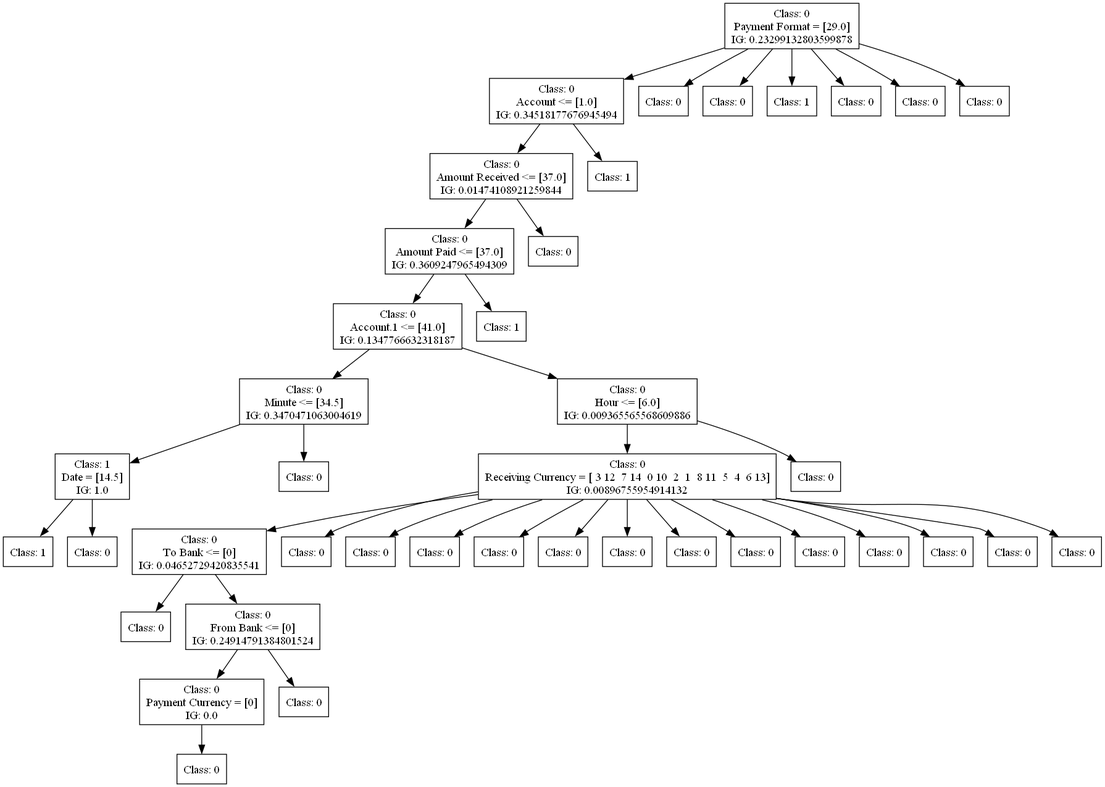
Before: dot_figs/tree-c45-undersampling.png, a diagram exported from Graphviz (FedericoBruzzone/anti-money-laundering). Its source is kept beside it as dot_figs/tree-c45-undersampling.dot.
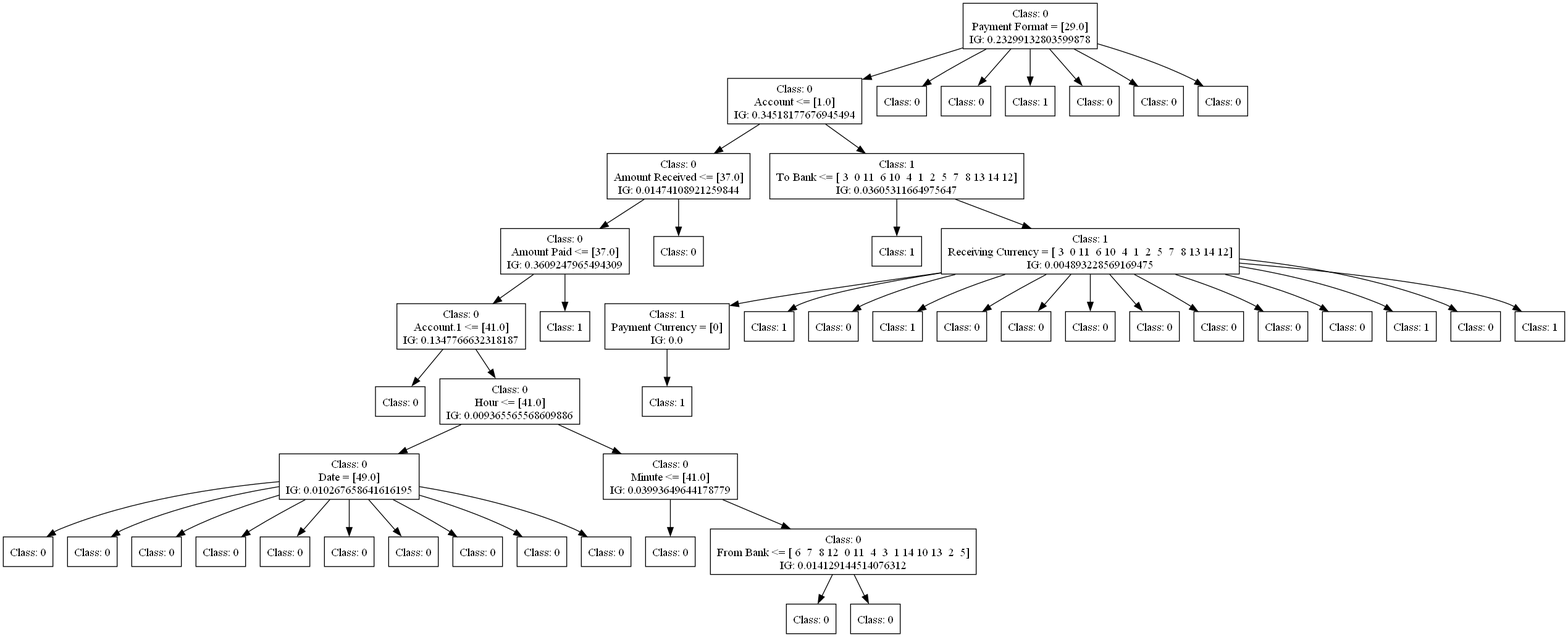
After the commit.

The edit, as a diff of the source:
```diff
@@ -1,138 +1,162 @@
 digraph DecisionTree {
 	rankdir=TD;
 	node [shape=box];
-	2604055688624 [label="Class: 0
+	2486631777232 [label="Class: 0
 Payment Format = [29.0]
 IG: 0.23299132803599878"];
-	2604055723552 [label="Class: 0
+	2486631790816 [label="Class: 0
 Account <= [1.0]
 IG: 0.34518177676945494"];
-	2604055688624 -> 2604055723552;
-	2604055723840 [label="Class: 0
+	2486631777232 -> 2486631790816;
+	2486631779632 [label="Class: 0
 Amount Received <= [37.0]
 IG: 0.01474108921259844"];
-	2604055723552 -> 2604055723840;
-	2604055719952 [label="Class: 0
+	2486631790816 -> 2486631779632;
+	2486631785872 [label="Class: 0
 Amount Paid <= [37.0]
 IG: 0.3609247965494309"];
-	2604055723840 -> 2604055719952;
-	2604055717072 [label="Class: 0
+	2486631779632 -> 2486631785872;
+	2486631785104 [label="Class: 0
 Account.1 <= [41.0]
 IG: 0.1347766632318187"];
-	2604055719952 -> 2604055717072;
-	2604055722400 [label="Class: 0
-Minute <= [34.5]
-IG: 0.3470471063004619"];
-	2604055717072 -> 2604055722400;
-	2604055719136 [label="Class: 1
-Date = [14.5]
-IG: 1.0"];
-	2604055722400 -> 2604055719136;
-	2604055721104 [label="Class: 1
+	2486631785872 -> 2486631785104;
+	2486631784528 [label="Class: 0
 "];
-	2604055719136 -> 2604055721104;
-	2604055723264 [label="Class: 0
+	2486631785104 -> 2486631784528;
+	2486631778240 [label="Class: 0
+Hour <= [41.0]
+IG: 0.009365565568609886"];
+	2486631785104 -> 2486631778240;
+	2486946218288 [label="Class: 0
+Date = [49.0]
+IG: 0.010267658641616195"];
+	2486631778240 -> 2486946218288;
+	2486631791248 [label="Class: 0
 "];
-	2604055719136 -> 2604055723264;
-	2604055718608 [label="Class: 0
+	2486946218288 -> 2486631791248;
+	2486631782464 [label="Class: 0
 "];
-	2604055722400 -> 2604055718608;
-	2604055722016 [label="Class: 0
-Hour <= [6.0]
-IG: 0.009365565568609886"];
-	2604055717072 -> 2604055722016;
-	2604055722544 [label="Class: 0
-Receiving Currency = [ 3 12  7 14  0 10  2  1  8 11  5  4  6 13]
-IG: 0.00896755954914132"];
-	2604055722016 -> 2604055722544;
-	2604055718032 [label="Class: 0
-To Bank <= [0]
-IG: 0.04652729420835541"];
-	2604055722544 -> 2604055718032;
-	2604055716832 [label="Class: 0
+	2486946218288 -> 2486631782464;
+	2486946220448 [label="Class: 0
 "];
-	2604055718032 -> 2604055716832;
-	2604003772304 [label="Class: 0
-From Bank <= [0]
-IG: 0.24914791384801524"];
-	2604055718032 -> 2604003772304;
-	2604003772592 [label="Class: 0
+	2486946218288 -> 2486946220448;
+	2486946219440 [label="Class: 0
+"];
+	2486946218288 -> 2486946219440;
+	2486946219680 [label="Class: 0
+"];
+	2486946218288 -> 2486946219680;
+	2486946219200 [label="Class: 0
+"];
+	2486946218288 -> 2486946219200;
+	2486946219920 [label="Class: 0
+"];
+	2486946218288 -> 2486946219920;
+	2486946218912 [label="Class: 0
+"];
+	2486946218288 -> 2486946218912;
+	2486946219008 [label="Class: 0
+"];
+	2486946218288 -> 2486946219008;
+	2486946218768 [label="Class: 0
+"];
+	2486946218288 -> 2486946218768;
+	2486946220304 [label="Class: 0
+Minute <= [41.0]
+IG: 0.03993649644178779"];
+	2486631778240 -> 2486946220304;
+	2486946218384 [label="Class: 0
+"];
+	2486946220304 -> 2486946218384;
+	2486946220976 [label="Class: 0
+From Bank <= [ 6  7  8 12  0 11  4  3  1 14 10 13  2  5]
+IG: 0.014129144514076312"];
+	2486946220304 -> 2486946220976;
+	2486946220688 [label="Class: 0
+"];
+	2486946220976 -> 2486946220688;
+	2486946221168 [label="Class: 0
+"];
+	2486946220976 -> 2486946221168;
+	2486631792016 [label="Class: 1
+"];
+	2486631785872 -> 2486631792016;
+	2486631784480 [label="Class: 0
+"];
+	2486631779632 -> 2486631784480;
+	2486631791296 [label="Class: 1
+To Bank <= [ 3  0 11  6 10  4  1  2  5  7  8 13 14 12]
+IG: 0.03605311664975647"];
+	2486631790816 -> 2486631791296;
+	2486946220064 [label="Class: 1
+"];
+	2486631791296 -> 2486946220064;
+	2486946221360 [label="Class: 1
+Receiving Currency = [ 3  0 11  6 10  4  1  2  5  7  8 13 14 12]
+IG: 0.004893228569169475"];
+	2486631791296 -> 2486946221360;
+	2486946220880 [label="Class: 1
 Payment Currency = [0]
 IG: 0.0"];
-	2604003772304 -> 2604003772592;
-	2604003770960 [label="Class: 0
+	2486946221360 -> 2486946220880;
+	2486946221840 [label="Class: 1
 "];
-	2604003772592 -> 2604003770960;
-	2604003773024 [label="Class: 0
+	2486946220880 -> 2486946221840;
+	2486946219536 [label="Class: 1
 "];
-	2604003772304 -> 2604003773024;
-	2604055716688 [label="Class: 0
+	2486946221360 -> 2486946219536;
+	2486946219728 [label="Class: 0
 "];
-	2604055722544 -> 2604055716688;
-	2604055720144 [label="Class: 0
+	2486946221360 -> 2486946219728;
+	2486946220784 [label="Class: 1
 "];
-	2604055722544 -> 2604055720144;
-	2604055721440 [label="Class: 0
+	2486946221360 -> 2486946220784;
+	2486946219872 [label="Class: 0
 "];
-	2604055722544 -> 2604055721440;
-	2604055718320 [label="Class: 0
+	2486946221360 -> 2486946219872;
+	2486946218624 [label="Class: 0
 "];
-	2604055722544 -> 2604055718320;
-	2604055718944 [label="Class: 0
+	2486946221360 -> 2486946218624;
+	2486946219488 [label="Class: 0
 "];
-	2604055722544 -> 2604055718944;
-	2604055722640 [label="Class: 0
+	2486946221360 -> 2486946219488;
+	2486946218432 [label="Class: 0
 "];
-	2604055722544 -> 2604055722640;
-	2604055717744 [label="Class: 0
+	2486946221360 -> 2486946218432;
+	2486946218864 [label="Class: 0
 "];
-	2604055722544 -> 2604055717744;
-	2604003771008 [label="Class: 0
+	2486946221360 -> 2486946218864;
+	2486946219296 [label="Class: 0
 "];
-	2604055722544 -> 2604003771008;
-	2604003771344 [label="Class: 0
+	2486946221360 -> 2486946219296;
+	2486946218672 [label="Class: 0
 "];
-	2604055722544 -> 2604003771344;
-	2604003771584 [label="Class: 0
+	2486946221360 -> 2486946218672;
+	2486946218960 [label="Class: 1
 "];
-	2604055722544 -> 2604003771584;
-	2604003770864 [label="Class: 0
+	2486946221360 -> 2486946218960;
+	2486946219344 [label="Class: 0
 "];
-	2604055722544 -> 2604003770864;
-	2604003771872 [label="Class: 0
+	2486946221360 -> 2486946219344;
+	2486946220016 [label="Class: 1
 "];
-	2604055722544 -> 2604003771872;
-	2604003771104 [label="Class: 0
+	2486946221360 -> 2486946220016;
+	2486631790720 [label="Class: 0
 "];
-	2604055722544 -> 2604003771104;
-	2604055719760 [label="Class: 0
+	2486631777232 -> 2486631790720;
+	2486631786064 [label="Class: 0
 "];
-	2604055722016 -> 2604055719760;
-	2604055720864 [label="Class: 1
+	2486631777232 -> 2486631786064;
+	2486631791632 [label="Class: 1
 "];
-	2604055719952 -> 2604055720864;
-	2604055717552 [label="Class: 0
+	2486631777232 -> 2486631791632;
+	2486631783088 [label="Class: 0
 "];
-	2604055723840 -> 2604055717552;
-	2604055723984 [label="Class: 1
+	2486631777232 -> 2486631783088;
+	2486631790384 [label="Class: 0
 "];
-	2604055723552 -> 2604055723984;
-	2604055723888 [label="Class: 0
+	2486631777232 -> 2486631790384;
+	2486631788128 [label="Class: 0
 "];
-	2604055688624 -> 2604055723888;
-	2604055717600 [label="Class: 0
-"];
-	2604055688624 -> 2604055717600;
-	2604055718656 [label="Class: 1
-"];
-	2604055688624 -> 2604055718656;
-	2604055723120 [label="Class: 0
-"];
-	2604055688624 -> 2604055723120;
-	2604055722352 [label="Class: 0
-"];
-	2604055688624 -> 2604055722352;
-	2604055722304 [label="Class: 0
-"];
-	2604055688624 -> 2604055722304;
+	2486631777232 -> 2486631788128;
 }
```
